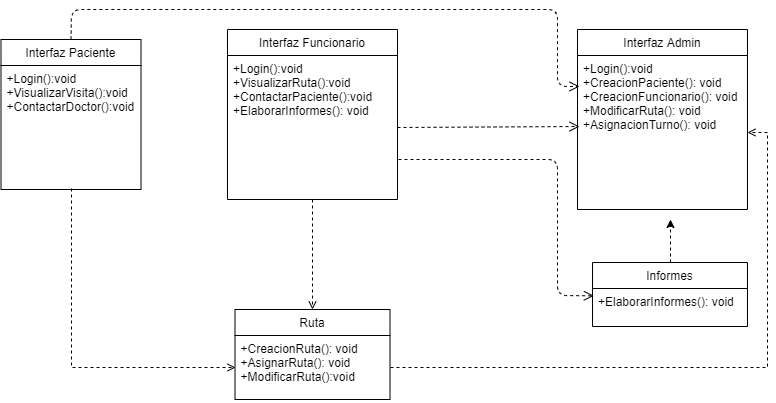
The draw.io diagram Diagramas de clase/DiagramaCompleto.png in DanSotoC/G4HD, before a commit. Source tidied: cells renumbered, new cells last; positions are measured from the earlier drawing's top-left corner, leaving out a move shared by most shapes.
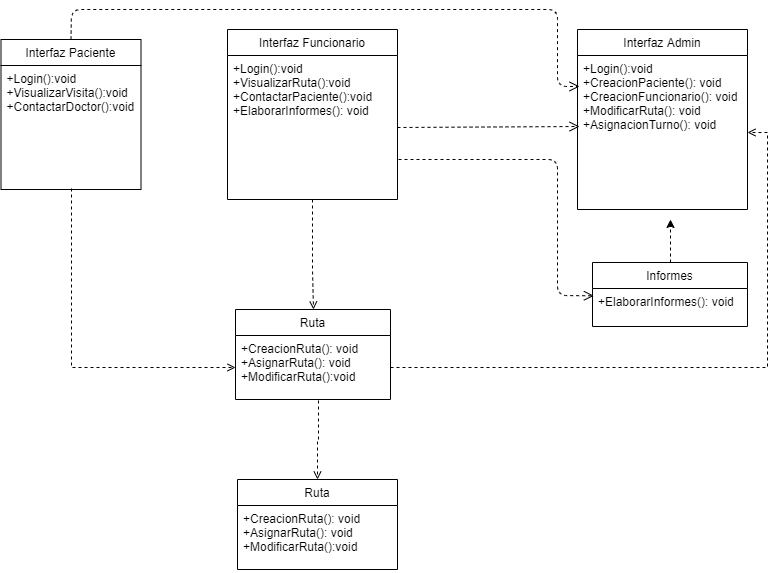
After the commit.

The edit, as a diff of the source:
```diff
@@ -61,8 +61,11 @@
         </Array>
       </mxGeometry>
     </mxCell>
+    <mxCell id="19" style="edgeStyle=orthogonalEdgeStyle;rounded=0;jettySize=auto;html=1;entryX=0.5;entryY=0;entryDx=0;entryDy=0;dashed=1;endArrow=open;endFill=0;exitX=0.535;exitY=1.016;exitDx=0;exitDy=0;exitPerimeter=0;" parent="1" edge="1" source="16" target="20">
+      <mxGeometry relative="1" as="geometry" />
+    </mxCell>
     <mxCell id="15" value="Ruta" style="swimlane;fontStyle=0;horizontal=1;startSize=26;fillColor=none;" parent="1" vertex="1">
-      <mxGeometry x="233.5" y="300" width="155" height="90" as="geometry" />
+      <mxGeometry x="234" y="300" width="155" height="90" as="geometry" />
     </mxCell>
     <mxCell id="16" value="+CreacionRuta(): void&#10;+AsignarRuta(): void&#10;+ModificarRuta():void" style="text;strokeColor=none;fillColor=none;align=left;verticalAlign=top;spacingLeft=4;spacingRight=4;overflow=hidden;points=[[0,0.5],[1,0.5]];portConstraint=eastwest;" parent="15" vertex="1">
       <mxGeometry y="26" width="155" height="64" as="geometry" />
@@ -73,5 +76,11 @@
     <mxCell id="18" style="edgeStyle=orthogonalEdgeStyle;rounded=0;jettySize=auto;html=1;exitX=1;exitY=0.5;exitDx=0;exitDy=0;dashed=1;endArrow=open;endFill=0;entryX=1;entryY=0.5;entryDx=0;entryDy=0;" parent="1" edge="1" source="16" target="9">
       <mxGeometry relative="1" as="geometry" />
     </mxCell>
+    <mxCell id="20" value="Ruta" style="swimlane;fontStyle=0;horizontal=1;startSize=26;fillColor=none;" parent="1" vertex="1">
+      <mxGeometry x="236" y="470" width="160" height="90" as="geometry" />
+    </mxCell>
+    <mxCell id="21" value="+CreacionRuta(): void&#10;+AsignarRuta(): void&#10;+ModificarRuta():void" style="text;strokeColor=none;fillColor=none;align=left;verticalAlign=top;spacingLeft=4;spacingRight=4;overflow=hidden;" parent="20" vertex="1">
+      <mxGeometry y="26" width="160" height="64" as="geometry" />
+    </mxCell>
   </root>
 </mxGraphModel>
```
